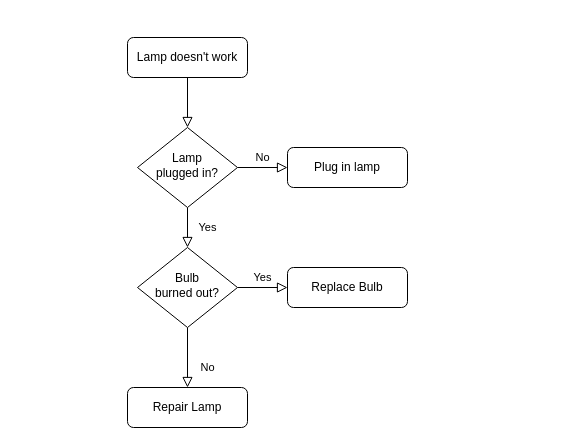
Earlier version of the draw.io diagram Untitled Diagram.drawio (esedilan/signatureMB). Source tidied: cells renumbered, new cells numbered last; positions are measured from the earlier drawing's top-left corner, leaving out a move shared by most shapes. Both pictures are drawn from the tidied source at 100%, with x=0, y=0 at pixel (127, 37).
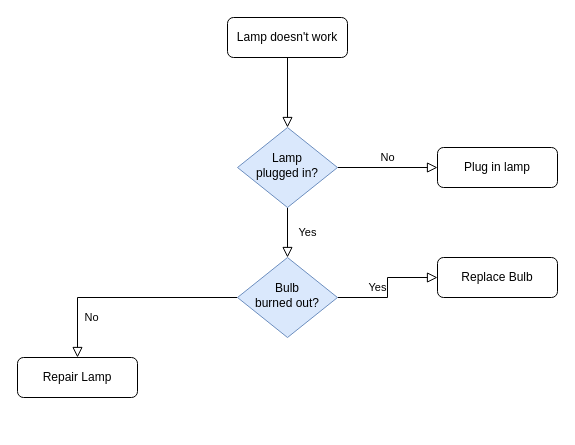
The same page after the edit.

What changed in the source:
```diff
@@
 <mxGraphModel>
   <root>
     <mxCell id="0" />
     <mxCell id="1" parent="0" />
     <mxCell id="2" style="rounded=0;html=1;jettySize=auto;fontSize=11;endArrow=block;endFill=0;endSize=8;strokeWidth=1;shadow=0;labelBackgroundColor=none;edgeStyle=orthogonalEdgeStyle;" parent="1" edge="1" source="3" target="6">
       <mxGeometry relative="1" as="geometry" />
     </mxCell>
     <mxCell id="3" value="Lamp doesn't work" style="rounded=1;whiteSpace=wrap;html=1;fontSize=12;glass=0;strokeWidth=1;shadow=0;" parent="1" vertex="1">
-      <mxGeometry width="120" height="40" as="geometry" />
+      <mxGeometry x="100" y="-20" width="120" height="40" as="geometry" />
     </mxCell>
     <mxCell id="4" value="Yes" style="rounded=0;html=1;jettySize=auto;fontSize=11;endArrow=block;endFill=0;endSize=8;strokeWidth=1;shadow=0;labelBackgroundColor=none;edgeStyle=orthogonalEdgeStyle;" parent="1" edge="1" source="6" target="10">
       <mxGeometry y="20" relative="1" as="geometry" />
     </mxCell>
     <mxCell id="5" value="No" style="edgeStyle=orthogonalEdgeStyle;rounded=0;html=1;jettySize=auto;fontSize=11;endArrow=block;endFill=0;endSize=8;strokeWidth=1;shadow=0;labelBackgroundColor=none;" parent="1" edge="1" source="6" target="7">
       <mxGeometry y="10" relative="1" as="geometry" />
     </mxCell>
-    <mxCell id="6" value="Lamp&lt;br&gt;plugged in?" style="rhombus;whiteSpace=wrap;html=1;shadow=0;fontFamily=Helvetica;fontSize=12;align=center;strokeWidth=1;spacing=6;spacingTop=-4;" parent="1" vertex="1">
-      <mxGeometry x="10" y="90" width="100" height="80" as="geometry" />
+    <mxCell id="6" value="Lamp&lt;br&gt;plugged in?" style="rhombus;whiteSpace=wrap;html=1;shadow=0;fontFamily=Helvetica;fontSize=12;align=center;strokeWidth=1;spacing=6;spacingTop=-4;fillColor=#dae8fc;strokeColor=#6c8ebf;" parent="1" vertex="1">
+      <mxGeometry x="110" y="90" width="100" height="80" as="geometry" />
     </mxCell>
     <mxCell id="7" value="Plug in lamp" style="rounded=1;whiteSpace=wrap;html=1;fontSize=12;glass=0;strokeWidth=1;shadow=0;" parent="1" vertex="1">
-      <mxGeometry x="160" y="110" width="120" height="40" as="geometry" />
+      <mxGeometry x="310" y="110" width="120" height="40" as="geometry" />
     </mxCell>
     <mxCell id="8" value="No" style="rounded=0;html=1;jettySize=auto;fontSize=11;endArrow=block;endFill=0;endSize=8;strokeWidth=1;shadow=0;labelBackgroundColor=none;edgeStyle=orthogonalEdgeStyle;" parent="1" edge="1" source="10" target="11">
       <mxGeometry x="0.33" y="20" relative="1" as="geometry" />
     </mxCell>
     <mxCell id="9" value="Yes" style="edgeStyle=orthogonalEdgeStyle;rounded=0;html=1;jettySize=auto;fontSize=11;endArrow=block;endFill=0;endSize=8;strokeWidth=1;shadow=0;labelBackgroundColor=none;" parent="1" edge="1" source="10" target="12">
       <mxGeometry y="10" relative="1" as="geometry" />
     </mxCell>
-    <mxCell id="10" value="Bulb&lt;br&gt;burned out?" style="rhombus;whiteSpace=wrap;html=1;shadow=0;fontFamily=Helvetica;fontSize=12;align=center;strokeWidth=1;spacing=6;spacingTop=-4;" parent="1" vertex="1">
-      <mxGeometry x="10" y="210" width="100" height="80" as="geometry" />
+    <mxCell id="10" value="Bulb&lt;br&gt;burned out?" style="rhombus;whiteSpace=wrap;html=1;shadow=0;fontFamily=Helvetica;fontSize=12;align=center;strokeWidth=1;spacing=6;spacingTop=-4;fillColor=#dae8fc;strokeColor=#6c8ebf;" parent="1" vertex="1">
+      <mxGeometry x="110" y="220" width="100" height="80" as="geometry" />
     </mxCell>
     <mxCell id="11" value="Repair Lamp" style="rounded=1;whiteSpace=wrap;html=1;fontSize=12;glass=0;strokeWidth=1;shadow=0;" parent="1" vertex="1">
-      <mxGeometry y="350" width="120" height="40" as="geometry" />
+      <mxGeometry x="-110" y="320" width="120" height="40" as="geometry" />
     </mxCell>
+    <mxCell id="13" style="edgeStyle=orthogonalEdgeStyle;rounded=0;jettySize=auto;html=1;exitX=0.5;exitY=0;exitDx=0;exitDy=0;" parent="1" edge="1" source="12">
+      <mxGeometry relative="1" as="geometry">
+        <mxPoint x="360" y="250" as="targetPoint" />
+      </mxGeometry>
+    </mxCell>
     <mxCell id="12" value="Replace Bulb" style="rounded=1;whiteSpace=wrap;html=1;fontSize=12;glass=0;strokeWidth=1;shadow=0;" parent="1" vertex="1">
-      <mxGeometry x="160" y="230" width="120" height="40" as="geometry" />
+      <mxGeometry x="310" y="220" width="120" height="40" as="geometry" />
     </mxCell>
   </root>
 </mxGraphModel>
```
